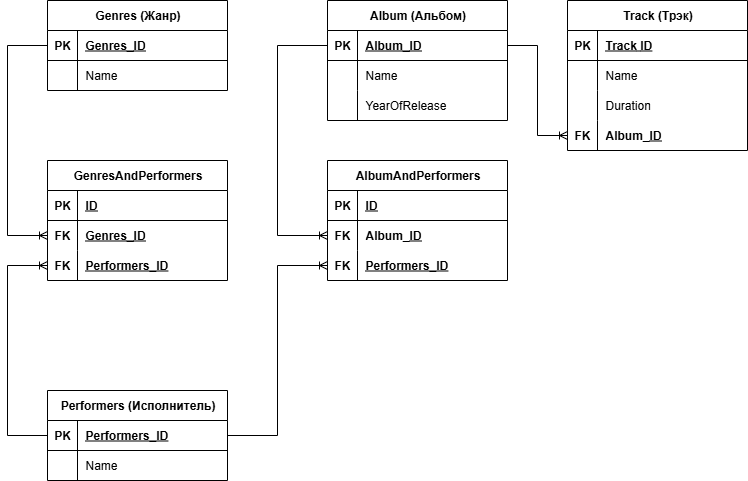
Above: Databases/01-DatabaseModel/MusicSite.drawio.png in BOSS-OIOKTPP/Homeworks_Netology_C_plus_plus (draw.io), before the change. Source tidied: cells renumbered, new cells last; positions are measured from the earlier drawing's top-left corner, leaving out a move shared by most shapes.
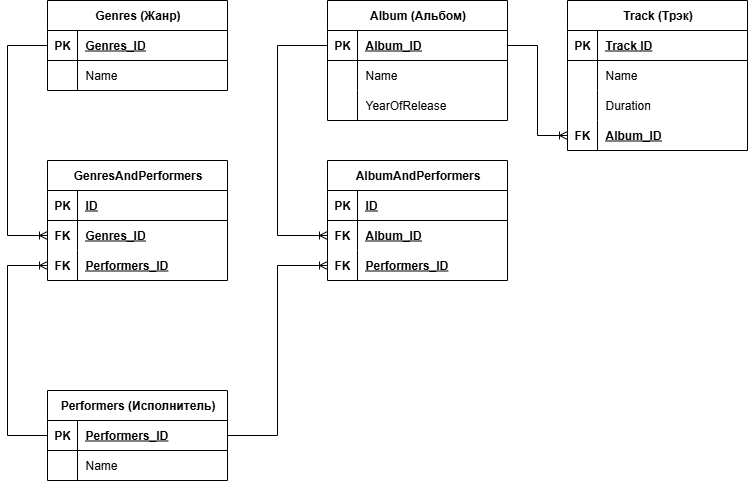
After the change.

What changed in the source:
```diff
@@ -110,7 +110,7 @@
     <mxCell id="37" value="&lt;span style=&quot;font-weight: 700;&quot;&gt;FK&lt;/span&gt;" style="shape=partialRectangle;fillColor=none;top=0;left=0;bottom=0;right=0;overflow=hidden;whiteSpace=wrap;html=1;" parent="36" vertex="1">
       <mxGeometry width="30" height="30" as="geometry" />
     </mxCell>
-    <mxCell id="38" value="&lt;span style=&quot;font-weight: 700; white-space-collapse: preserve;&quot; class=&quot;aNeGP0gI0B9AV8JaHPyH&quot;&gt;&lt;span style=&quot;text-align: center; white-space: nowrap;&quot;&gt;Album&lt;/span&gt;_&lt;/span&gt;&lt;span style=&quot;font-weight: 700; text-decoration-line: underline;&quot;&gt;ID&lt;/span&gt;" style="shape=partialRectangle;fillColor=none;top=0;left=0;bottom=0;right=0;align=left;spacingLeft=6;overflow=hidden;whiteSpace=wrap;html=1;" parent="36" vertex="1">
+    <mxCell id="38" value="&lt;u&gt;&lt;span style=&quot;font-weight: 700; white-space-collapse: preserve;&quot; class=&quot;aNeGP0gI0B9AV8JaHPyH&quot;&gt;&lt;span style=&quot;text-align: center; white-space: nowrap;&quot;&gt;Album&lt;/span&gt;_&lt;/span&gt;&lt;span style=&quot;font-weight: 700;&quot;&gt;ID&lt;/span&gt;&lt;/u&gt;" style="shape=partialRectangle;fillColor=none;top=0;left=0;bottom=0;right=0;align=left;spacingLeft=6;overflow=hidden;whiteSpace=wrap;html=1;" parent="36" vertex="1">
       <mxGeometry x="30" width="150" height="30" as="geometry" />
     </mxCell>
     <mxCell id="39" style="edgeStyle=elbowEdgeStyle;fontSize=12;html=1;endArrow=ERoneToMany;rounded=0;entryX=0;entryY=0.5;entryDx=0;entryDy=0;exitX=0;exitY=0.5;exitDx=0;exitDy=0;" parent="1" edge="1" source="3" target="45">
@@ -178,7 +178,7 @@
     <mxCell id="57" value="&lt;span style=&quot;font-weight: 700;&quot;&gt;FK&lt;/span&gt;" style="shape=partialRectangle;fillColor=none;top=0;left=0;bottom=0;right=0;overflow=hidden;whiteSpace=wrap;html=1;" parent="56" vertex="1">
       <mxGeometry width="30" height="30" as="geometry" />
     </mxCell>
-    <mxCell id="58" value="&lt;span style=&quot;font-weight: 700; white-space-collapse: preserve;&quot; class=&quot;aNeGP0gI0B9AV8JaHPyH&quot;&gt;&lt;span style=&quot;text-align: center; white-space: nowrap;&quot;&gt;Album&lt;/span&gt;_&lt;/span&gt;&lt;span style=&quot;font-weight: 700; text-decoration-line: underline;&quot;&gt;ID&lt;/span&gt;" style="shape=partialRectangle;fillColor=none;top=0;left=0;bottom=0;right=0;align=left;spacingLeft=6;overflow=hidden;whiteSpace=wrap;html=1;" parent="56" vertex="1">
+    <mxCell id="58" value="&lt;u&gt;&lt;span style=&quot;font-weight: 700; white-space-collapse: preserve;&quot; class=&quot;aNeGP0gI0B9AV8JaHPyH&quot;&gt;&lt;span style=&quot;text-align: center; white-space: nowrap;&quot;&gt;Album&lt;/span&gt;_&lt;/span&gt;&lt;span style=&quot;font-weight: 700;&quot;&gt;ID&lt;/span&gt;&lt;/u&gt;" style="shape=partialRectangle;fillColor=none;top=0;left=0;bottom=0;right=0;align=left;spacingLeft=6;overflow=hidden;whiteSpace=wrap;html=1;" parent="56" vertex="1">
       <mxGeometry x="30" width="150" height="30" as="geometry" />
     </mxCell>
     <mxCell id="59" style="shape=tableRow;horizontal=0;startSize=0;swimlaneHead=0;swimlaneBody=0;fillColor=none;points=[[0,0.5],[1,0.5]];portConstraint=eastwest;top=0;left=0;right=0;bottom=0;" parent="52" vertex="1">
```
